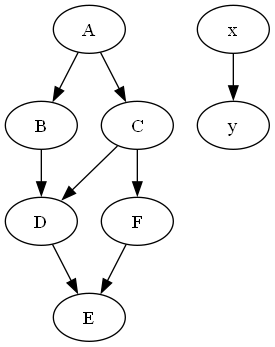
The Graphviz diagram output.png in BrazilDre/Graph-Search-Algorithm-Suite-, before a commit. Its source is kept beside it as output.dot.
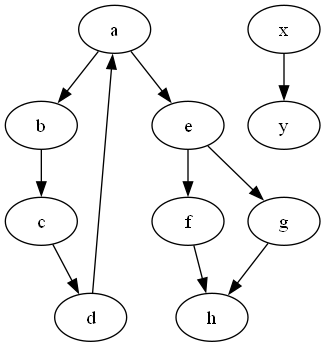
After the change.

Commit message:
Fixed the logic on RandomWalkSearch + fixed the output format for the algorithms

What changed in the source:
```diff
@@ -1,18 +1,22 @@
 digraph G {
-  A;
-  B;
-  C;
-  D;
-  E;
-  F;
+  a;
+  b;
+  c;
+  d;
+  e;
+  f;
+  g;
+  h;
   x;
   y;
-  A -> B;
-  A -> C;
-  B -> D;
-  C -> D;
-  D -> E;
-  C -> F;
-  F -> E;
+  a -> b;
+  b -> c;
+  c -> d;
+  d -> a;
+  a -> e;
+  e -> f;
+  e -> g;
+  f -> h;
+  g -> h;
   x -> y;
 }
```
